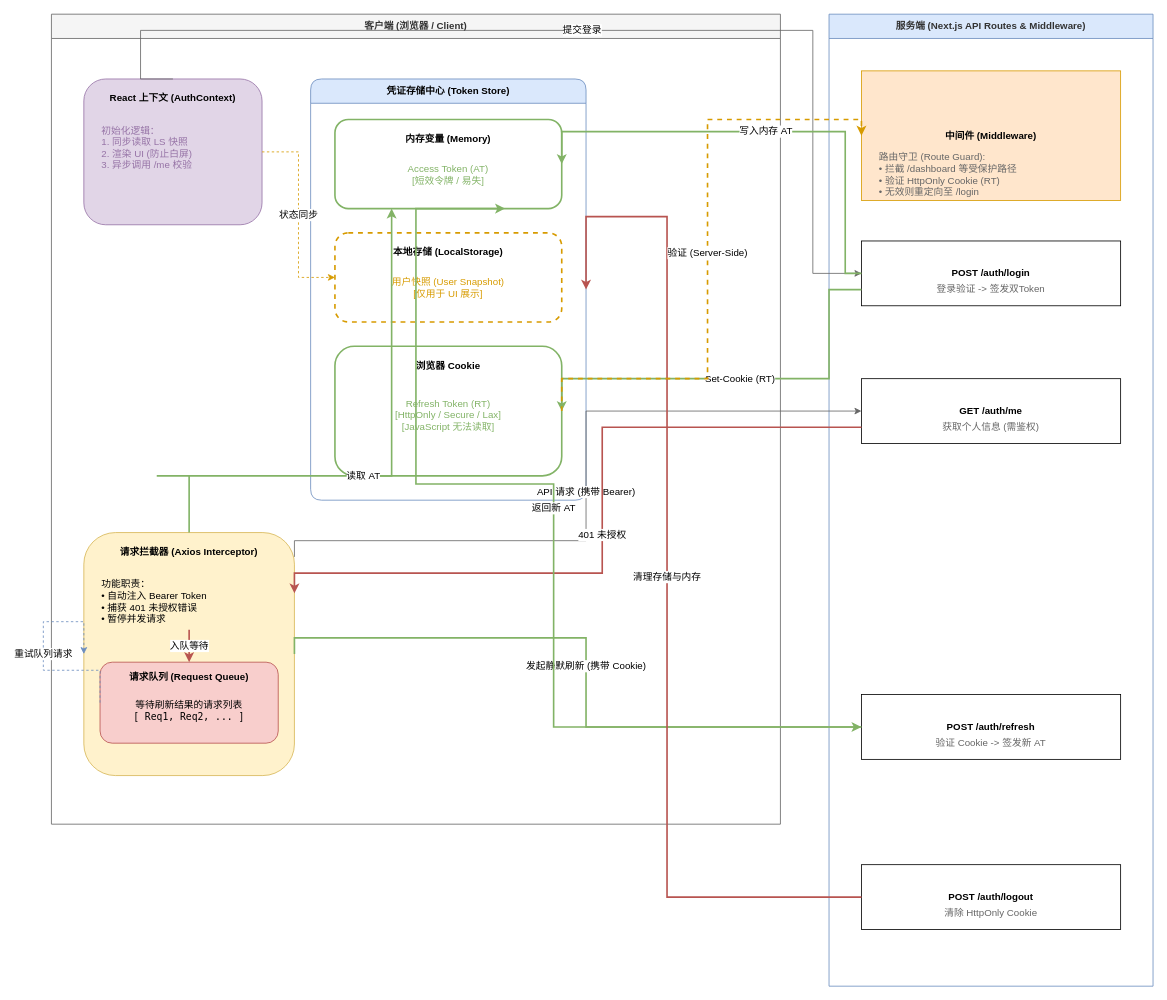
Before: docs/architecture/jwt_auth_architecture.drawio in yawron/study-room-reservation-website, a draw.io diagram. Source tidied: cells renumbered, new cells numbered last; positions are measured from the earlier drawing's top-left corner, leaving out a move shared by most shapes. Both pictures are drawn from the tidied source at 81%, with x=0, y=0 at pixel (43, 14).
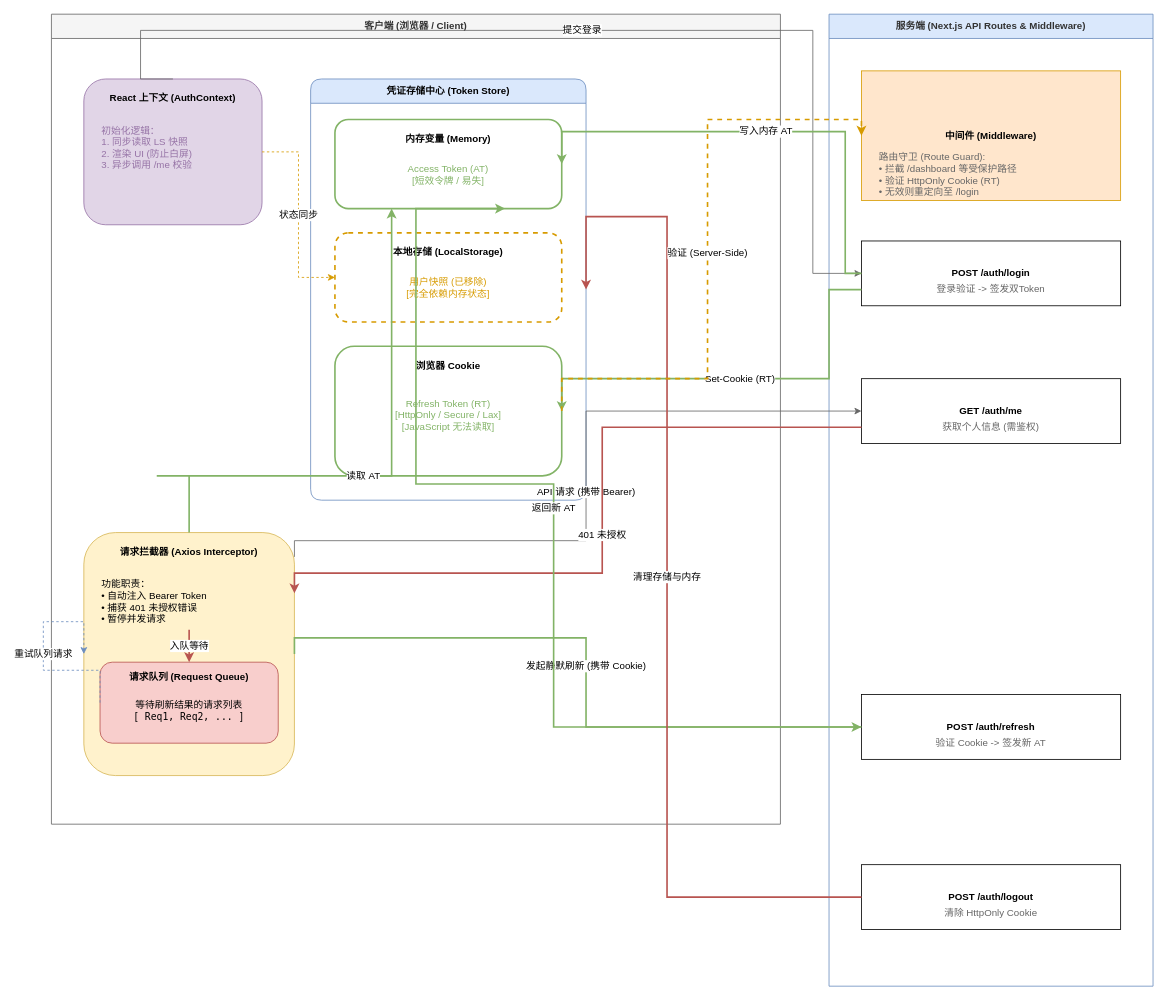
The same page after the edit.

Unchanged cells that the change refers to:
```xml
<mxCell id="6" value="本地存储 (LocalStorage)" style="rounded=1;whiteSpace=wrap;html=1;fillColor=#ffffff;strokeColor=#d79b00;strokeWidth=2;dashed=1;fontStyle=1;verticalAlign=top;spacingTop=10;" parent="3" vertex="1">
  <mxGeometry x="30" y="190" width="280" height="110" as="geometry" />
</mxCell>
```

Diff of the diagram source:
```diff
@@
-    <mxCell id="7" value="用户快照 (User Snapshot)&#10;[仅用于 UI 展示]" style="text;html=1;strokeColor=none;fillColor=none;align=center;verticalAlign=middle;whiteSpace=wrap;rounded=0;fontColor=#d79b00;" parent="6" vertex="1">
+    <mxCell id="7" value="用户快照 (已移除)&#10;[完全依赖内存状态]" style="text;html=1;strokeColor=none;fillColor=none;align=center;verticalAlign=middle;whiteSpace=wrap;rounded=0;fontColor=#d79b00;" parent="6" vertex="1">
       <mxGeometry y="40" width="280" height="55" as="geometry" />
     </mxCell>
```
